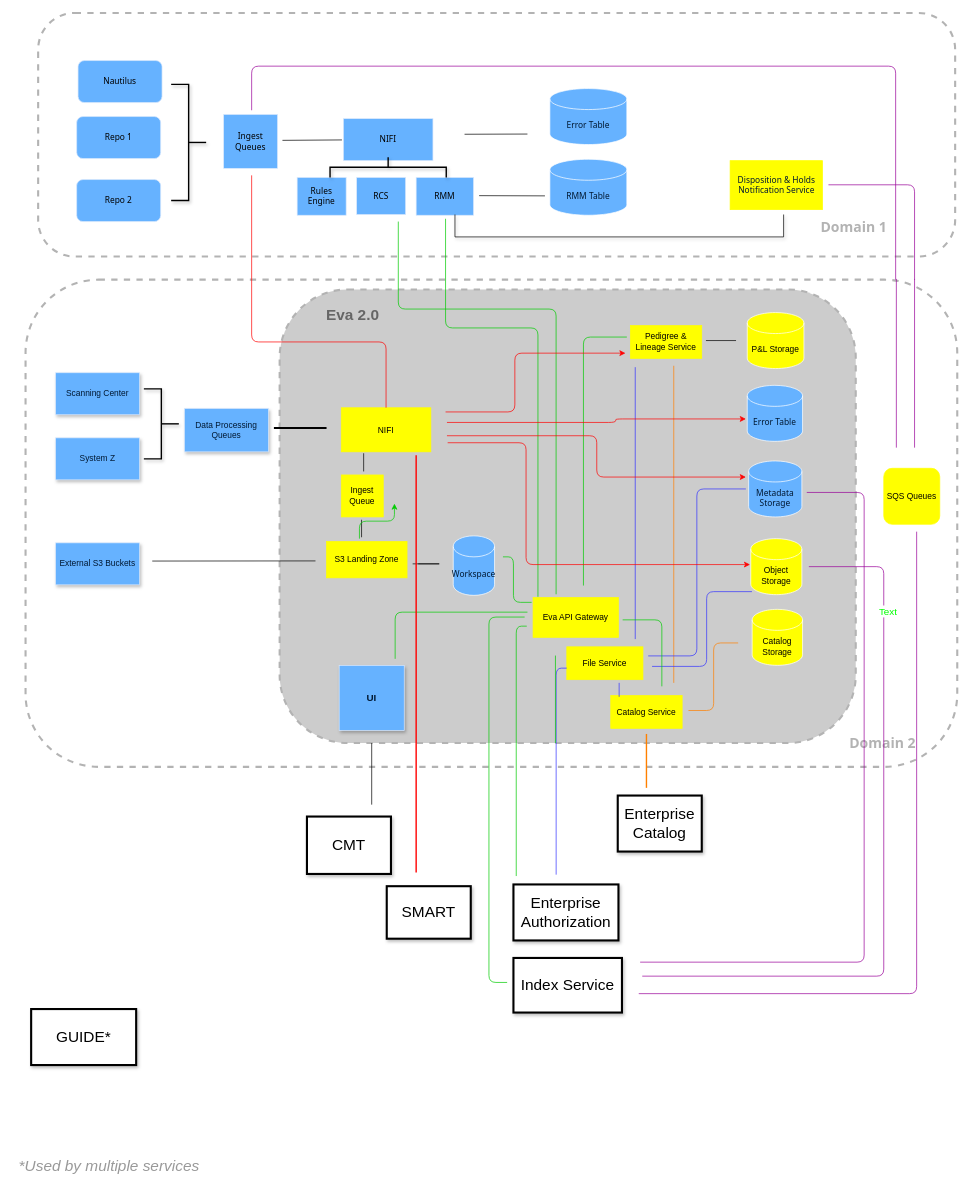
The draw.io diagram page "Page-2" (2 of 2) of Drawings/MainArchitecture.drawio in flare891/rmslow, before the edit. Source tidied: cells renumbered, new cells numbered last; positions are measured from the earlier drawing's top-left corner, leaving out a move shared by most shapes. Both pictures are drawn from the tidied source at 70%, with x=0, y=0 at pixel (15, 13).
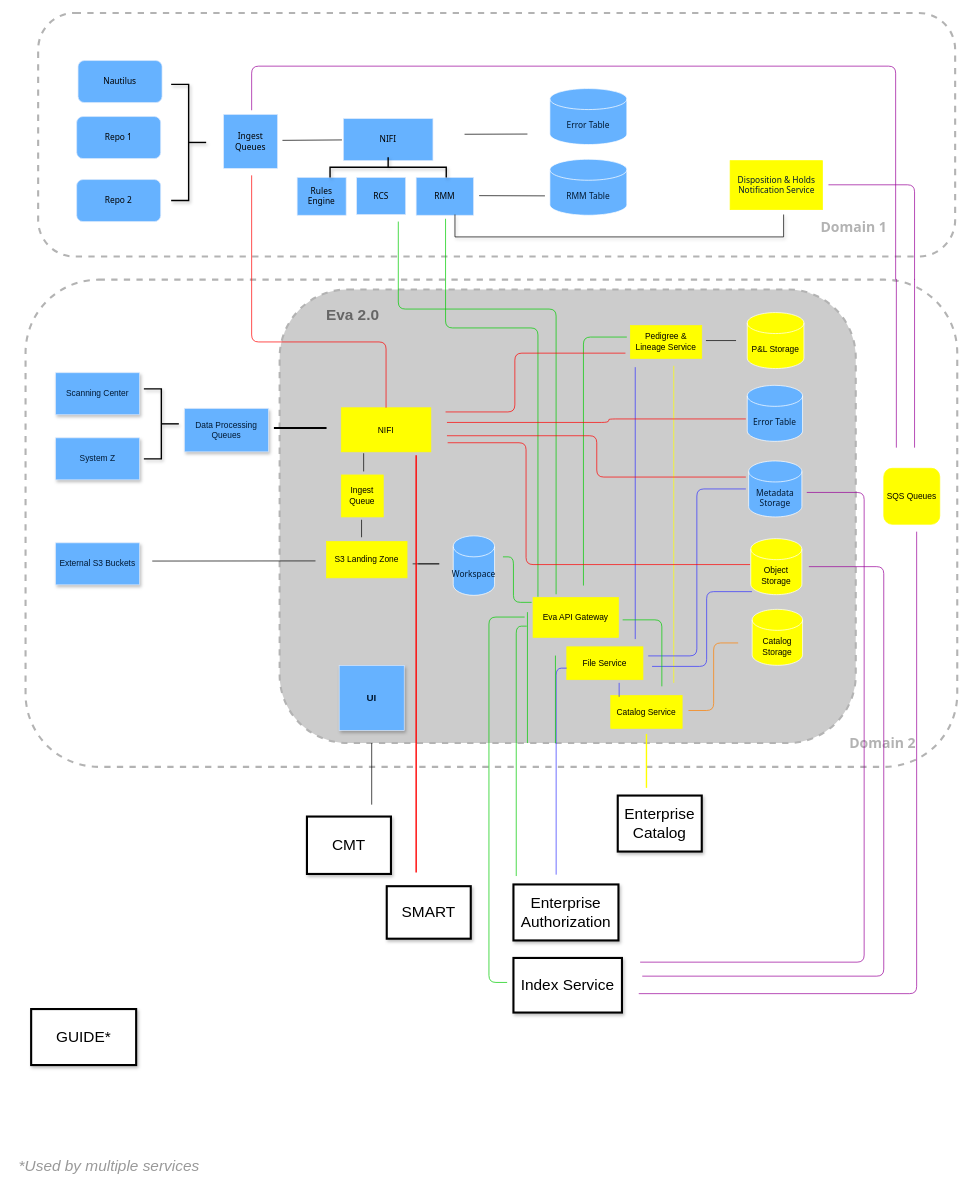
The same page after the edit.

The change refers to these unchanged cells:
```xml
<mxCell id="3" style="rounded=1;whiteSpace=wrap;html=1;fontFamily=Helvetica;fontSize=12;fontColor=#0000FF;strokeColor=#B3B3B3;dashed=1;strokeWidth=3;fillColor=#CCCCCC;" parent="1" vertex="1">
  <mxGeometry x="378" y="395" width="823" height="648" as="geometry" />
</mxCell>
<mxCell id="30" value="Object Storage" style="shape=cylinder3;whiteSpace=wrap;html=1;boundedLbl=1;backgroundOutline=1;size=15;strokeColor=#FFFFFF;fontFamily=Helvetica;fontSize=12;fontColor=#000000;fillColor=#FFFF00;rounded=0;" parent="1" vertex="1">
  <mxGeometry x="1051" y="751" width="73" height="80" as="geometry" />
</mxCell>
<mxCell id="84" style="edgeStyle=elbowEdgeStyle;elbow=horizontal;endArrow=none;html=1;strokeColor=#990099;strokeWidth=1;fontFamily=Helvetica;fontSize=14;fontColor=#00FF00;endFill=0;" parent="1" edge="1">
  <mxGeometry relative="1" as="geometry">
    <mxPoint x="896" y="1376" as="sourcePoint" />
    <mxPoint x="1134" y="791" as="targetPoint" />
    <Array as="points">
      <mxPoint x="1241" y="871" />
    </Array>
  </mxGeometry>
</mxCell>
```

Change to the diagram source:
```diff
@@
-    <mxCell id="58" style="line;strokeWidth=1;direction=south;html=1;rounded=1;fontFamily=Helvetica;fontSize=22;fontColor=#999999;verticalAlign=middle;strokeColor=#FF8000;endFill=0;" parent="1" vertex="1">
+    <mxCell id="58" style="line;strokeWidth=1;direction=south;html=1;rounded=1;fontFamily=Helvetica;fontSize=22;fontColor=#999999;verticalAlign=middle;endFill=0;strokeColor=#FFFF00;" parent="1" vertex="1">
       <mxGeometry x="936" y="504" width="10" height="453" as="geometry" />
     </mxCell>
@@
-    <mxCell id="65" style="edgeStyle=segmentEdgeStyle;endArrow=none;html=1;strokeWidth=1;fontFamily=Helvetica;fontSize=22;endFill=0;fontColor=#00FF00;strokeColor=#00CC00;" parent="1" edge="1">
+    <mxCell id="65" style="edgeStyle=segmentEdgeStyle;endArrow=none;html=1;strokeWidth=1;fontFamily=Helvetica;fontSize=22;endFill=0;fontColor=#00FF00;strokeColor=#00CC00;" parent="1" edge="1" source="3">
       <mxGeometry relative="1" as="geometry">
-        <mxPoint x="543" y="922.7" as="sourcePoint" />
         <mxPoint x="732" y="856" as="targetPoint" />
         <Array as="points">
-          <mxPoint x="543" y="856" />
+          <mxPoint x="512" y="856" />
         </Array>
       </mxGeometry>
     </mxCell>
@@
-    <mxCell id="71" style="edgeStyle=elbowEdgeStyle;elbow=vertical;endArrow=classic;html=1;strokeColor=#00CC00;strokeWidth=1;fontFamily=Helvetica;fontSize=14;fontColor=#00FF00;" parent="1" edge="1">
-      <mxGeometry relative="1" as="geometry">
-        <mxPoint x="492" y="751" as="sourcePoint" />
-        <mxPoint x="542" y="701" as="targetPoint" />
-      </mxGeometry>
-    </mxCell>
@@
-    <mxCell id="76" style="line;strokeWidth=2;direction=south;html=1;rounded=1;shadow=0;fillColor=#FF0000;fontFamily=Helvetica;fontSize=14;fontColor=#00FF00;strokeColor=#FF8000;" parent="1" vertex="1">
+    <mxCell id="76" style="line;strokeWidth=2;direction=south;html=1;rounded=1;shadow=0;fillColor=#FF0000;fontFamily=Helvetica;fontSize=14;fontColor=#00FF00;strokeColor=#FFFF00;" parent="1" vertex="1">
       <mxGeometry x="897" y="1030" width="10" height="77" as="geometry" />
     </mxCell>
@@
-    <mxCell id="78" style="edgeStyle=elbowEdgeStyle;elbow=horizontal;endArrow=classic;html=1;strokeColor=#FF0000;strokeWidth=1;fontFamily=Helvetica;fontSize=14;fontColor=#00FF00;" parent="1" edge="1">
+    <mxCell id="78" style="edgeStyle=elbowEdgeStyle;elbow=horizontal;endArrow=none;html=1;strokeColor=#FF0000;strokeWidth=1;fontFamily=Helvetica;fontSize=14;fontColor=#00FF00;endFill=0;" parent="1" edge="1">
       <mxGeometry relative="1" as="geometry">
         <mxPoint x="617" y="604" as="sourcePoint" />
         <mxPoint x="1044" y="663" as="targetPoint" />
       </mxGeometry>
     </mxCell>
-    <mxCell id="79" style="edgeStyle=elbowEdgeStyle;elbow=horizontal;endArrow=classic;html=1;strokeColor=#FF0000;strokeWidth=1;fontFamily=Helvetica;fontSize=14;fontColor=#00FF00;entryX=-0.014;entryY=0.463;entryDx=0;entryDy=0;entryPerimeter=0;" parent="1" edge="1" target="30">
+    <mxCell id="79" style="edgeStyle=elbowEdgeStyle;elbow=horizontal;endArrow=none;html=1;strokeColor=#FF0000;strokeWidth=1;fontFamily=Helvetica;fontSize=14;fontColor=#00FF00;entryX=-0.014;entryY=0.463;entryDx=0;entryDy=0;entryPerimeter=0;endFill=0;" parent="1" edge="1" target="30">
       <mxGeometry relative="1" as="geometry">
         <mxPoint x="618" y="614" as="sourcePoint" />
         <Array as="points">
           <mxPoint x="730" y="760" />
           <mxPoint x="698" y="706" />
         </Array>
       </mxGeometry>
     </mxCell>
-    <mxCell id="80" style="edgeStyle=elbowEdgeStyle;elbow=horizontal;endArrow=classic;html=1;strokeColor=#FF0000;strokeWidth=1;fontFamily=Helvetica;fontSize=14;fontColor=#00FF00;" parent="1" edge="1">
+    <mxCell id="80" style="edgeStyle=elbowEdgeStyle;elbow=horizontal;endArrow=none;html=1;strokeColor=#FF0000;strokeWidth=1;fontFamily=Helvetica;fontSize=14;fontColor=#00FF00;endFill=0;" parent="1" edge="1">
       <mxGeometry relative="1" as="geometry">
         <mxPoint x="615" y="570" as="sourcePoint" />
         <mxPoint x="872" y="486" as="targetPoint" />
         <Array as="points">
           <mxPoint x="714" y="536" />
         </Array>
       </mxGeometry>
     </mxCell>
-    <mxCell id="81" style="edgeStyle=elbowEdgeStyle;elbow=horizontal;endArrow=classic;html=1;strokeColor=#FF0000;strokeWidth=1;fontFamily=Helvetica;fontSize=14;fontColor=#00FF00;" parent="1" edge="1">
+    <mxCell id="81" style="edgeStyle=elbowEdgeStyle;elbow=horizontal;endArrow=none;html=1;strokeColor=#FF0000;strokeWidth=1;fontFamily=Helvetica;fontSize=14;fontColor=#00FF00;endFill=0;" parent="1" edge="1">
       <mxGeometry relative="1" as="geometry">
         <mxPoint x="617" y="585" as="sourcePoint" />
         <mxPoint x="1044" y="580" as="targetPoint" />
         <Array as="points">
-          <mxPoint x="858" y="585" />
+          <mxPoint x="848" y="559" />
         </Array>
       </mxGeometry>
     </mxCell>
@@
-    <mxCell id="85" value="Text" style="edgeLabel;html=1;align=center;verticalAlign=middle;fontSize=14;fontFamily=Helvetica;fontColor=#00FF00;" parent="84" vertex="1">
-      <mxGeometry x="0.67" y="-4" relative="1" as="geometry">
-        <mxPoint x="1" y="-1" as="offset" />
-      </mxGeometry>
-    </mxCell>
```
